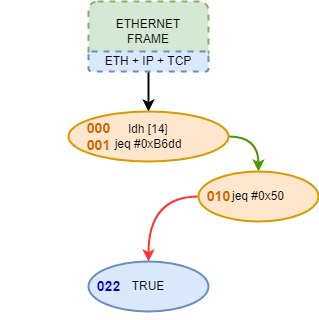
Before: docs/images/cBPF_prog_ex_sol.png, a diagram exported from draw.io (h3xduck/TripleCross). Source tidied: cells renumbered, new cells last; positions are measured from the earlier drawing's top-left corner, leaving out a move shared by most shapes. The source it was exported from:
```xml
<mxGraphModel>
  <root>
    <mxCell id="0" />
    <mxCell id="1" parent="0" />
    <mxCell id="2" value="ETHERNET&lt;br&gt;FRAME" style="rounded=1;whiteSpace=wrap;html=1;dashed=1;fillColor=#d5e8d4;strokeColor=#82b366;strokeWidth=2;" parent="1" vertex="1">
      <mxGeometry x="80" width="120" height="60" as="geometry" />
    </mxCell>
    <mxCell id="3" style="edgeStyle=orthogonalEdgeStyle;curved=1;rounded=0;jettySize=auto;html=1;exitX=0.5;exitY=1;exitDx=0;exitDy=0;entryX=0.5;entryY=0;entryDx=0;entryDy=0;strokeColor=#000000;strokeWidth=2;" parent="1" edge="1" source="4" target="6">
      <mxGeometry relative="1" as="geometry" />
    </mxCell>
    <mxCell id="4" value="ETH + IP + TCP" style="rounded=1;whiteSpace=wrap;html=1;dashed=1;fillColor=#dae8fc;strokeColor=#6c8ebf;strokeWidth=2;" parent="1" vertex="1">
      <mxGeometry x="80" y="50" width="120" height="20" as="geometry" />
    </mxCell>
    <mxCell id="5" style="edgeStyle=orthogonalEdgeStyle;curved=1;rounded=0;jettySize=auto;html=1;exitX=1;exitY=0.5;exitDx=0;exitDy=0;strokeColor=#4D9900;strokeWidth=2;entryX=0.5;entryY=0;entryDx=0;entryDy=0;" parent="1" edge="1" source="6" target="10">
      <mxGeometry relative="1" as="geometry" />
    </mxCell>
    <mxCell id="6" value="ldh [14]&lt;br&gt;jeq #0xB6dd" style="ellipse;whiteSpace=wrap;html=1;strokeWidth=2;fillColor=#ffe6cc;strokeColor=#d79b00;" parent="1" vertex="1">
      <mxGeometry x="60" y="110" width="160" height="50" as="geometry" />
    </mxCell>
    <mxCell id="7" value="TRUE" style="ellipse;whiteSpace=wrap;html=1;strokeWidth=2;fillColor=#dae8fc;strokeColor=#6c8ebf;" parent="1" vertex="1">
      <mxGeometry x="80" y="260" width="120" height="50" as="geometry" />
    </mxCell>
    <mxCell id="8" style="edgeStyle=orthogonalEdgeStyle;curved=1;rounded=0;orthogonalLoop=1;jettySize=auto;html=1;exitX=0.5;exitY=1;exitDx=0;exitDy=0;strokeColor=#000000;strokeWidth=2;" parent="1" edge="1">
      <mxGeometry relative="1" as="geometry">
        <mxPoint y="310" as="sourcePoint" />
        <mxPoint y="310" as="targetPoint" />
      </mxGeometry>
    </mxCell>
    <mxCell id="9" style="edgeStyle=orthogonalEdgeStyle;rounded=0;jettySize=auto;html=1;exitX=0;exitY=0.5;exitDx=0;exitDy=0;entryX=0.5;entryY=0;entryDx=0;entryDy=0;curved=1;strokeColor=#FF3333;strokeWidth=2;" parent="1" edge="1" source="10" target="7">
      <mxGeometry relative="1" as="geometry" />
    </mxCell>
    <mxCell id="10" value="jeq #0x50" style="ellipse;whiteSpace=wrap;html=1;strokeWidth=2;fillColor=#ffe6cc;strokeColor=#d79b00;" parent="1" vertex="1">
      <mxGeometry x="190" y="170" width="120" height="50" as="geometry" />
    </mxCell>
    <mxCell id="11" value="&lt;font color=&quot;#cc6600&quot; style=&quot;font-size: 14px;&quot;&gt;&lt;b&gt;000&lt;br&gt;001&lt;/b&gt;&lt;/font&gt;" style="text;html=1;align=center;verticalAlign=middle;strokeColor=none;fillColor=none;" parent="1" vertex="1">
      <mxGeometry x="70" y="120" width="40" height="30" as="geometry" />
    </mxCell>
    <mxCell id="12" value="&lt;font color=&quot;#cc6600&quot;&gt;&lt;span style=&quot;font-size: 14px;&quot;&gt;&lt;b&gt;010&lt;/b&gt;&lt;/span&gt;&lt;/font&gt;" style="text;html=1;align=center;verticalAlign=middle;strokeColor=none;fillColor=none;" parent="1" vertex="1">
      <mxGeometry x="190" y="185" width="40" height="20" as="geometry" />
    </mxCell>
    <mxCell id="13" value="&lt;span style=&quot;font-size: 14px;&quot;&gt;&lt;b style=&quot;&quot;&gt;&lt;font color=&quot;#0000cc&quot;&gt;022&lt;/font&gt;&lt;/b&gt;&lt;/span&gt;" style="text;html=1;align=center;verticalAlign=middle;strokeColor=none;fillColor=none;" parent="1" vertex="1">
      <mxGeometry x="80" y="275" width="40" height="20" as="geometry" />
    </mxCell>
  </root>
</mxGraphModel>
```
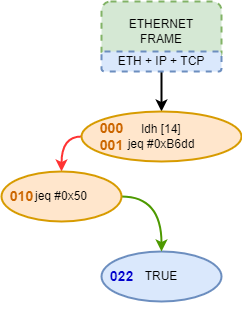
The same diagram one commit later.

The edit, as a diff of the source:
```diff
@@ -11,14 +11,14 @@
     <mxCell id="4" value="ETH + IP + TCP" style="rounded=1;whiteSpace=wrap;html=1;dashed=1;fillColor=#dae8fc;strokeColor=#6c8ebf;strokeWidth=2;" parent="1" vertex="1">
       <mxGeometry x="80" y="50" width="120" height="20" as="geometry" />
     </mxCell>
-    <mxCell id="5" style="edgeStyle=orthogonalEdgeStyle;curved=1;rounded=0;jettySize=auto;html=1;exitX=1;exitY=0.5;exitDx=0;exitDy=0;strokeColor=#4D9900;strokeWidth=2;entryX=0.5;entryY=0;entryDx=0;entryDy=0;" parent="1" edge="1" source="6" target="10">
+    <mxCell id="5" style="edgeStyle=orthogonalEdgeStyle;curved=1;rounded=0;jettySize=auto;html=1;exitX=0;exitY=0.5;exitDx=0;exitDy=0;strokeColor=#FF3333;strokeWidth=2;entryX=0.5;entryY=0;entryDx=0;entryDy=0;" parent="1" edge="1" source="6" target="10">
       <mxGeometry relative="1" as="geometry" />
     </mxCell>
     <mxCell id="6" value="ldh [14]&lt;br&gt;jeq #0xB6dd" style="ellipse;whiteSpace=wrap;html=1;strokeWidth=2;fillColor=#ffe6cc;strokeColor=#d79b00;" parent="1" vertex="1">
       <mxGeometry x="60" y="110" width="160" height="50" as="geometry" />
     </mxCell>
     <mxCell id="7" value="TRUE" style="ellipse;whiteSpace=wrap;html=1;strokeWidth=2;fillColor=#dae8fc;strokeColor=#6c8ebf;" parent="1" vertex="1">
-      <mxGeometry x="80" y="260" width="120" height="50" as="geometry" />
+      <mxGeometry x="80" y="250" width="120" height="50" as="geometry" />
     </mxCell>
     <mxCell id="8" style="edgeStyle=orthogonalEdgeStyle;curved=1;rounded=0;orthogonalLoop=1;jettySize=auto;html=1;exitX=0.5;exitY=1;exitDx=0;exitDy=0;strokeColor=#000000;strokeWidth=2;" parent="1" edge="1">
       <mxGeometry relative="1" as="geometry">
@@ -26,20 +26,20 @@
         <mxPoint y="310" as="targetPoint" />
       </mxGeometry>
     </mxCell>
-    <mxCell id="9" style="edgeStyle=orthogonalEdgeStyle;rounded=0;jettySize=auto;html=1;exitX=0;exitY=0.5;exitDx=0;exitDy=0;entryX=0.5;entryY=0;entryDx=0;entryDy=0;curved=1;strokeColor=#FF3333;strokeWidth=2;" parent="1" edge="1" source="10" target="7">
+    <mxCell id="9" style="edgeStyle=orthogonalEdgeStyle;rounded=0;jettySize=auto;html=1;exitX=1;exitY=0.5;exitDx=0;exitDy=0;entryX=0.5;entryY=0;entryDx=0;entryDy=0;curved=1;strokeColor=#4D9900;strokeWidth=2;" parent="1" edge="1" source="10" target="7">
       <mxGeometry relative="1" as="geometry" />
     </mxCell>
     <mxCell id="10" value="jeq #0x50" style="ellipse;whiteSpace=wrap;html=1;strokeWidth=2;fillColor=#ffe6cc;strokeColor=#d79b00;" parent="1" vertex="1">
-      <mxGeometry x="190" y="170" width="120" height="50" as="geometry" />
+      <mxGeometry x="-20" y="170" width="120" height="50" as="geometry" />
     </mxCell>
     <mxCell id="11" value="&lt;font color=&quot;#cc6600&quot; style=&quot;font-size: 14px;&quot;&gt;&lt;b&gt;000&lt;br&gt;001&lt;/b&gt;&lt;/font&gt;" style="text;html=1;align=center;verticalAlign=middle;strokeColor=none;fillColor=none;" parent="1" vertex="1">
       <mxGeometry x="70" y="120" width="40" height="30" as="geometry" />
     </mxCell>
     <mxCell id="12" value="&lt;font color=&quot;#cc6600&quot;&gt;&lt;span style=&quot;font-size: 14px;&quot;&gt;&lt;b&gt;010&lt;/b&gt;&lt;/span&gt;&lt;/font&gt;" style="text;html=1;align=center;verticalAlign=middle;strokeColor=none;fillColor=none;" parent="1" vertex="1">
-      <mxGeometry x="190" y="185" width="40" height="20" as="geometry" />
+      <mxGeometry x="-20" y="185" width="40" height="20" as="geometry" />
     </mxCell>
     <mxCell id="13" value="&lt;span style=&quot;font-size: 14px;&quot;&gt;&lt;b style=&quot;&quot;&gt;&lt;font color=&quot;#0000cc&quot;&gt;022&lt;/font&gt;&lt;/b&gt;&lt;/span&gt;" style="text;html=1;align=center;verticalAlign=middle;strokeColor=none;fillColor=none;" parent="1" vertex="1">
-      <mxGeometry x="80" y="275" width="40" height="20" as="geometry" />
+      <mxGeometry x="80" y="265" width="40" height="20" as="geometry" />
     </mxCell>
   </root>
 </mxGraphModel>
```
